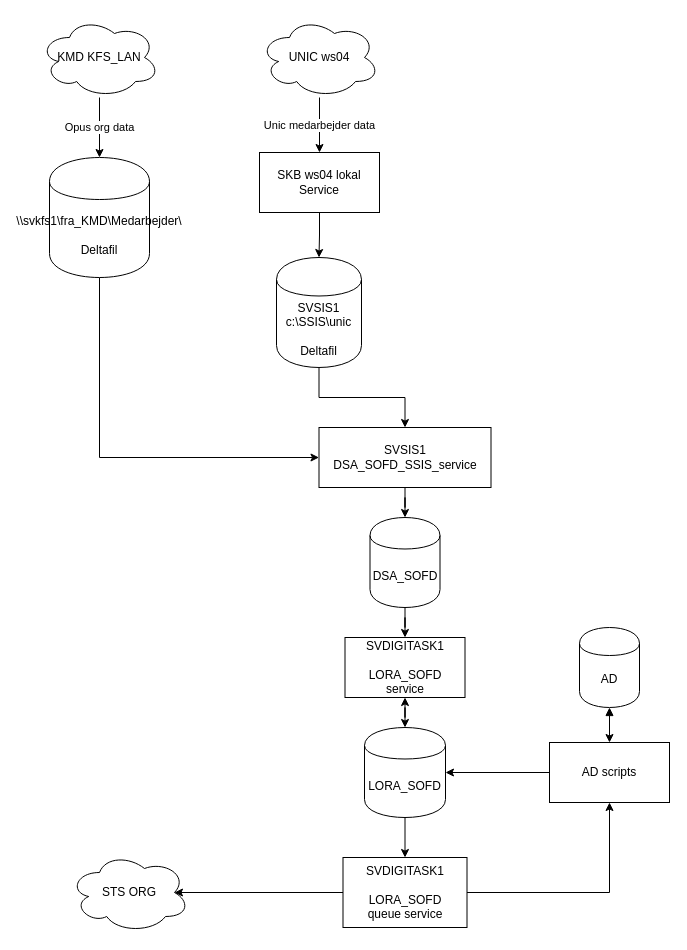
Earlier version of the draw.io diagram SOFD_full_flow.drawio (Skanderborg/SOFD). Source tidied: cells renumbered, new cells numbered last; positions are measured from the earlier drawing's top-left corner, leaving out a move shared by most shapes. Both pictures are drawn from the tidied source at 100%, with x=0, y=0 at pixel (39, 17).
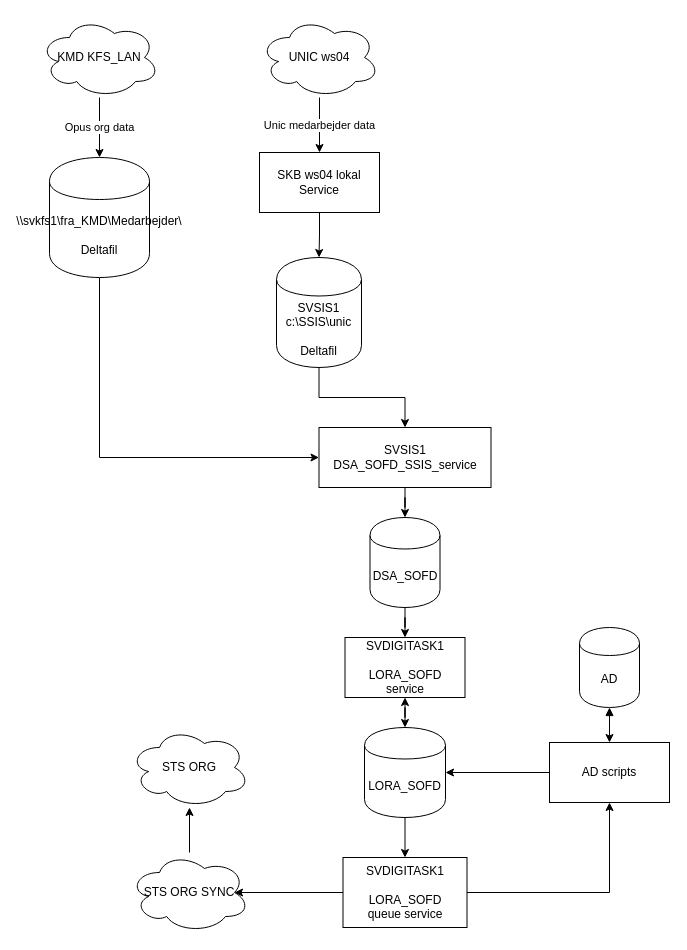
The same page after the edit.

What changed in the source:
```diff
@@
+    <mxCell id="28" style="edgeStyle=orthogonalEdgeStyle;rounded=0;jettySize=auto;html=1;" parent="1" edge="1" source="24" target="29">
+      <mxGeometry relative="1" as="geometry" />
+    </mxCell>
-    <mxCell id="24" value="STS ORG" style="ellipse;shape=cloud;whiteSpace=wrap;html=1;" parent="1" vertex="1">
-      <mxGeometry x="30" y="835" width="120" height="80" as="geometry" />
+    <mxCell id="24" value="STS ORG SYNC" style="ellipse;shape=cloud;whiteSpace=wrap;html=1;" parent="1" vertex="1">
+      <mxGeometry x="90" y="835" width="120" height="80" as="geometry" />
     </mxCell>
@@
+    <mxCell id="29" value="STS ORG" style="ellipse;shape=cloud;whiteSpace=wrap;html=1;" parent="1" vertex="1">
+      <mxGeometry x="90" y="710" width="120" height="80" as="geometry" />
+    </mxCell>
```
